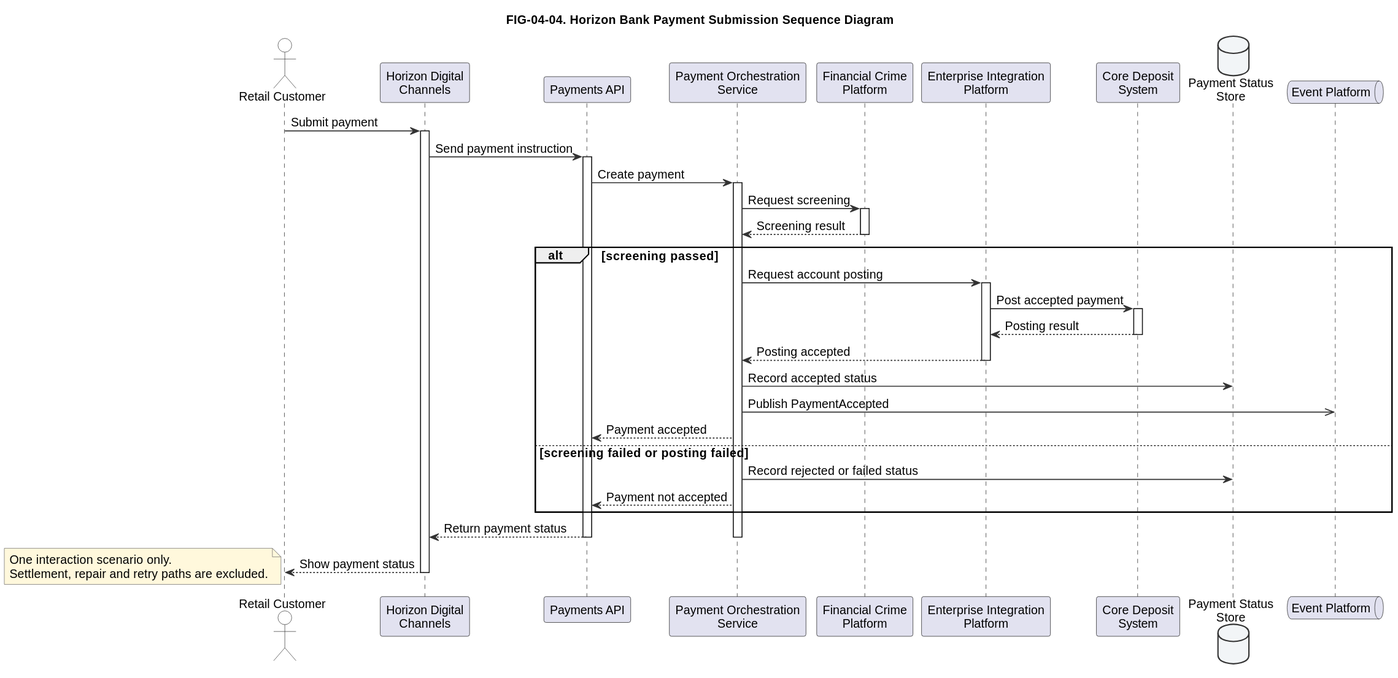
nishikanttiwari01/Architecture_Modelling keeps this PlantUML diagram as diagrams/exported/svg/FIG-04-04-horizon-bank-payment-submission-sequence.svg. Above is the earlier version.
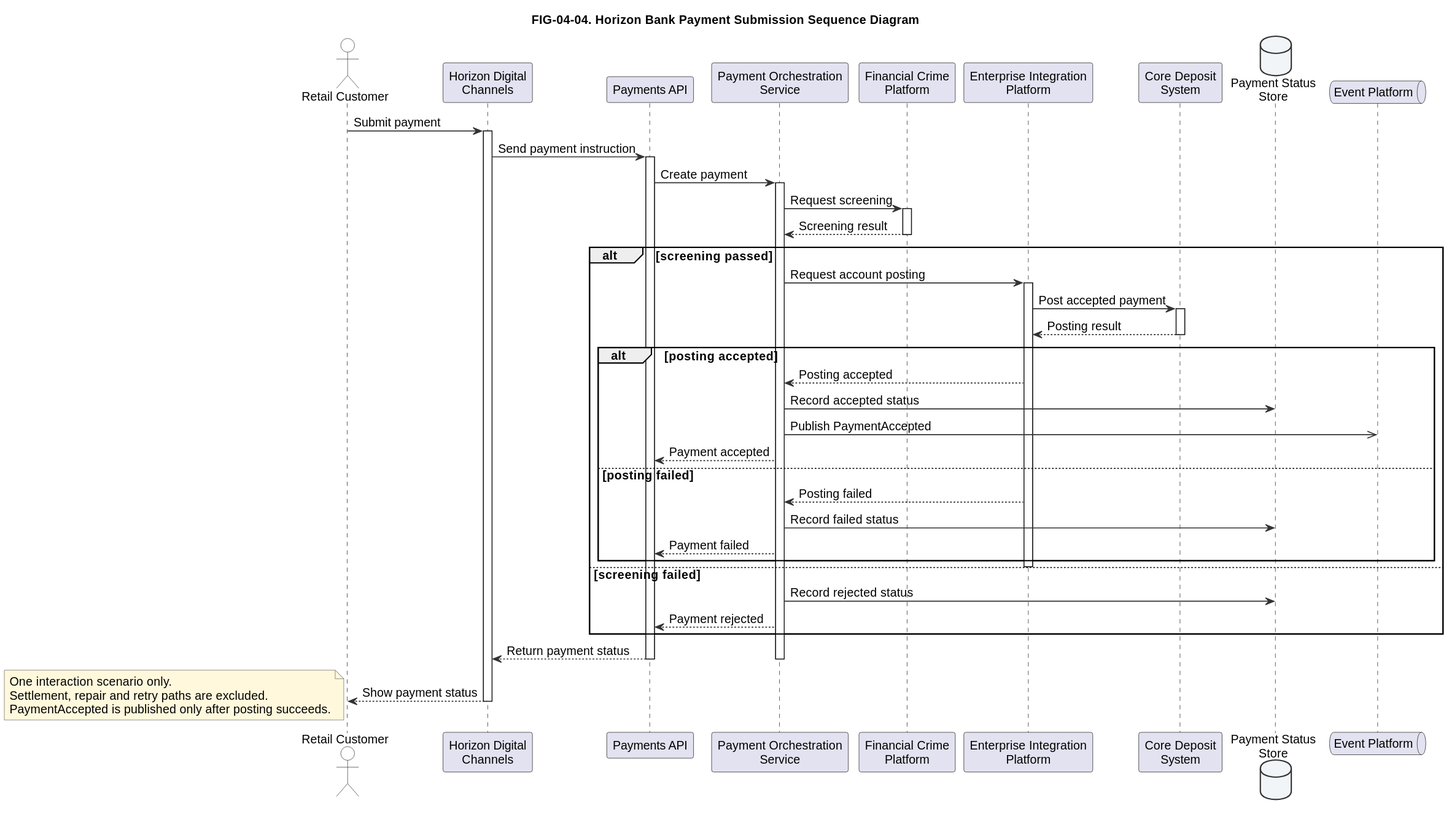
The same file after the commit.

The edit, as a diff of the source:
```diff
@@ -31,14 +31,20 @@
   activate Core
   Core --> Integration : Posting result
   deactivate Core
-  Integration --> Orchestration : Posting accepted
+  alt posting accepted
+    Integration --> Orchestration : Posting accepted
+    Orchestration -> StatusStore : Record accepted status
+    Orchestration ->> EventPlatform : Publish PaymentAccepted
+    Orchestration --> API : Payment accepted
+  else posting failed
+    Integration --> Orchestration : Posting failed
+    Orchestration -> StatusStore : Record failed status
+    Orchestration --> API : Payment failed
+  end
   deactivate Integration
-  Orchestration -> StatusStore : Record accepted status
-  Orchestration ->> EventPlatform : Publish PaymentAccepted
-  Orchestration --> API : Payment accepted
-else screening failed or posting failed
-  Orchestration -> StatusStore : Record rejected or failed status
-  Orchestration --> API : Payment not accepted
+else screening failed
+  Orchestration -> StatusStore : Record rejected status
+  Orchestration --> API : Payment rejected
 end
 
 API --> Channels : Return payment status
@@ -50,5 +56,6 @@
 note bottom
   One interaction scenario only.
   Settlement, repair and retry paths are excluded.
+  PaymentAccepted is published only after posting succeeds.
 end note
 @enduml
```
